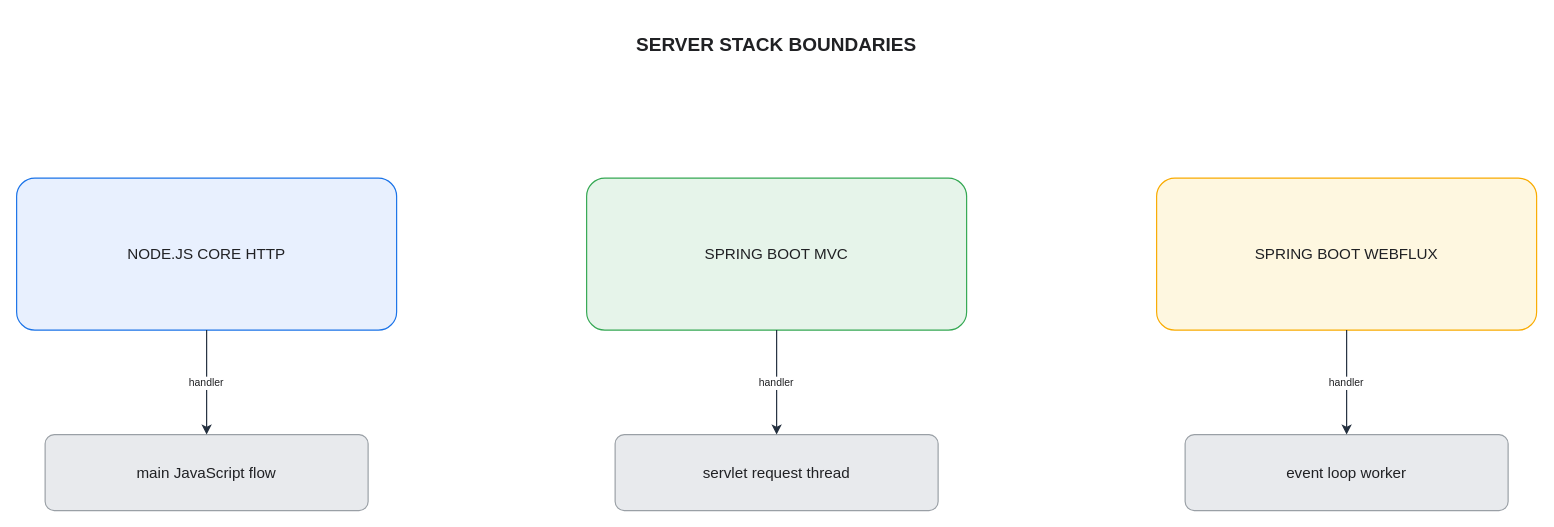
The draw.io diagram assets/img/server/nodejs-spring-server-stacks.drawio in KKamJi98/kkamji98.github.io, before the edit. Source tidied: cells renumbered, new cells numbered last; positions are measured from the earlier drawing's top-left corner, leaving out a move shared by most shapes. Both pictures are drawn from the tidied source at 95%, with x=0, y=0 at pixel (16, 16).
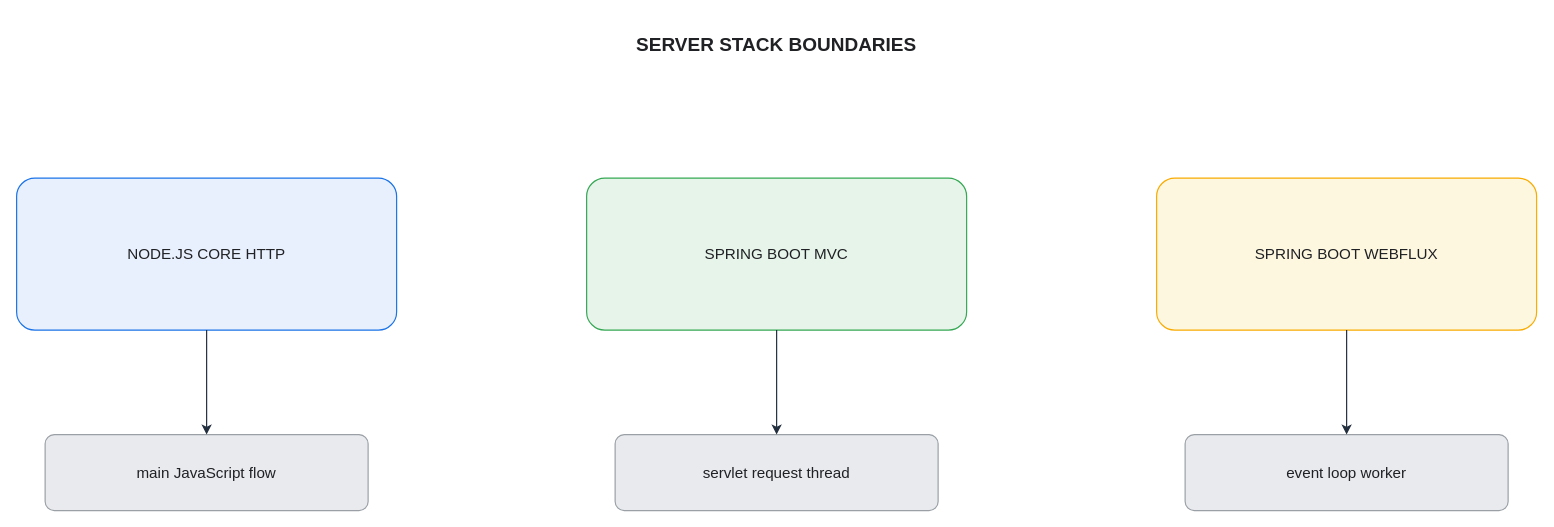
Above is the later version.

The edit, as a diff of the source:
```diff
@@
 <mxGraphModel background="#FFFFFF">
   <root>
     <mxCell id="0" />
     <mxCell id="1" parent="0" />
     <mxCell id="2" value="SERVER STACK BOUNDARIES" style="fillColor=none;strokeColor=none;fontColor=#202124;fontSize=20;fontStyle=1;align=center;verticalAlign=middle;html=0;" parent="1" vertex="1">
       <mxGeometry x="460" width="680" height="55" as="geometry" />
     </mxCell>
     <mxCell id="3" value="NODE.JS CORE HTTP" style="rounded=1;arcSize=12;whiteSpace=wrap;html=0;fillColor=#E8F0FE;strokeColor=#1A73E8;strokeWidth=1.25;fontColor=#202124;fontSize=16;align=center;verticalAlign=middle;" parent="1" vertex="1">
       <mxGeometry y="170" width="400" height="160" as="geometry" />
     </mxCell>
     <mxCell id="4" value="SPRING BOOT MVC" style="rounded=1;arcSize=12;whiteSpace=wrap;html=0;fillColor=#E6F4EA;strokeColor=#34A853;strokeWidth=1.25;fontColor=#202124;fontSize=16;align=center;verticalAlign=middle;" parent="1" vertex="1">
       <mxGeometry x="600" y="170" width="400" height="160" as="geometry" />
     </mxCell>
     <mxCell id="5" value="SPRING BOOT WEBFLUX" style="rounded=1;arcSize=12;whiteSpace=wrap;html=0;fillColor=#FEF7E0;strokeColor=#F9AB00;strokeWidth=1.25;fontColor=#202124;fontSize=16;align=center;verticalAlign=middle;" parent="1" vertex="1">
       <mxGeometry x="1200" y="170" width="400" height="160" as="geometry" />
     </mxCell>
     <mxCell id="6" value="main JavaScript flow" style="rounded=1;arcSize=12;whiteSpace=wrap;html=0;fillColor=#E8EAED;strokeColor=#9AA0A6;strokeWidth=1.25;fontColor=#202124;fontSize=16;align=center;verticalAlign=middle;" parent="1" vertex="1">
       <mxGeometry x="30" y="440" width="340" height="80" as="geometry" />
     </mxCell>
     <mxCell id="7" value="servlet request thread" style="rounded=1;arcSize=12;whiteSpace=wrap;html=0;fillColor=#E8EAED;strokeColor=#9AA0A6;strokeWidth=1.25;fontColor=#202124;fontSize=16;align=center;verticalAlign=middle;" parent="1" vertex="1">
       <mxGeometry x="630" y="440" width="340" height="80" as="geometry" />
     </mxCell>
     <mxCell id="8" value="event loop worker" style="rounded=1;arcSize=12;whiteSpace=wrap;html=0;fillColor=#E8EAED;strokeColor=#9AA0A6;strokeWidth=1.25;fontColor=#202124;fontSize=16;align=center;verticalAlign=middle;" parent="1" vertex="1">
       <mxGeometry x="1230" y="440" width="340" height="80" as="geometry" />
     </mxCell>
-    <mxCell id="9" value="handler" style="edgeStyle=orthogonalEdgeStyle;rounded=0;html=0;strokeColor=#232F3E;strokeWidth=1.25;fontColor=#202124;fontSize=11;labelBackgroundColor=#FFFFFF;exitX=0.5;exitY=1;entryX=0.5;entryY=0;endSize=7;" parent="1" edge="1" source="3" target="6">
+    <mxCell id="9" style="edgeStyle=orthogonalEdgeStyle;rounded=0;html=0;strokeColor=#232F3E;strokeWidth=1.25;fontColor=#202124;fontSize=11;labelBackgroundColor=none;exitX=0.5;exitY=1;entryX=0.5;entryY=0;endSize=7;" parent="1" edge="1" source="3" target="6">
       <mxGeometry relative="1" as="geometry" />
     </mxCell>
-    <mxCell id="10" value="handler" style="edgeStyle=orthogonalEdgeStyle;rounded=0;html=0;strokeColor=#232F3E;strokeWidth=1.25;fontColor=#202124;fontSize=11;labelBackgroundColor=#FFFFFF;exitX=0.5;exitY=1;entryX=0.5;entryY=0;endSize=7;" parent="1" edge="1" source="4" target="7">
+    <mxCell id="10" style="edgeStyle=orthogonalEdgeStyle;rounded=0;html=0;strokeColor=#232F3E;strokeWidth=1.25;fontColor=#202124;fontSize=11;labelBackgroundColor=none;exitX=0.5;exitY=1;entryX=0.5;entryY=0;endSize=7;" parent="1" edge="1" source="4" target="7">
       <mxGeometry relative="1" as="geometry" />
     </mxCell>
-    <mxCell id="11" value="handler" style="edgeStyle=orthogonalEdgeStyle;rounded=0;html=0;strokeColor=#232F3E;strokeWidth=1.25;fontColor=#202124;fontSize=11;labelBackgroundColor=#FFFFFF;exitX=0.5;exitY=1;entryX=0.5;entryY=0;endSize=7;" parent="1" edge="1" source="5" target="8">
+    <mxCell id="11" style="edgeStyle=orthogonalEdgeStyle;rounded=0;html=0;strokeColor=#232F3E;strokeWidth=1.25;fontColor=#202124;fontSize=11;labelBackgroundColor=none;exitX=0.5;exitY=1;entryX=0.5;entryY=0;endSize=7;" parent="1" edge="1" source="5" target="8">
       <mxGeometry relative="1" as="geometry" />
     </mxCell>
   </root>
 </mxGraphModel>
```
